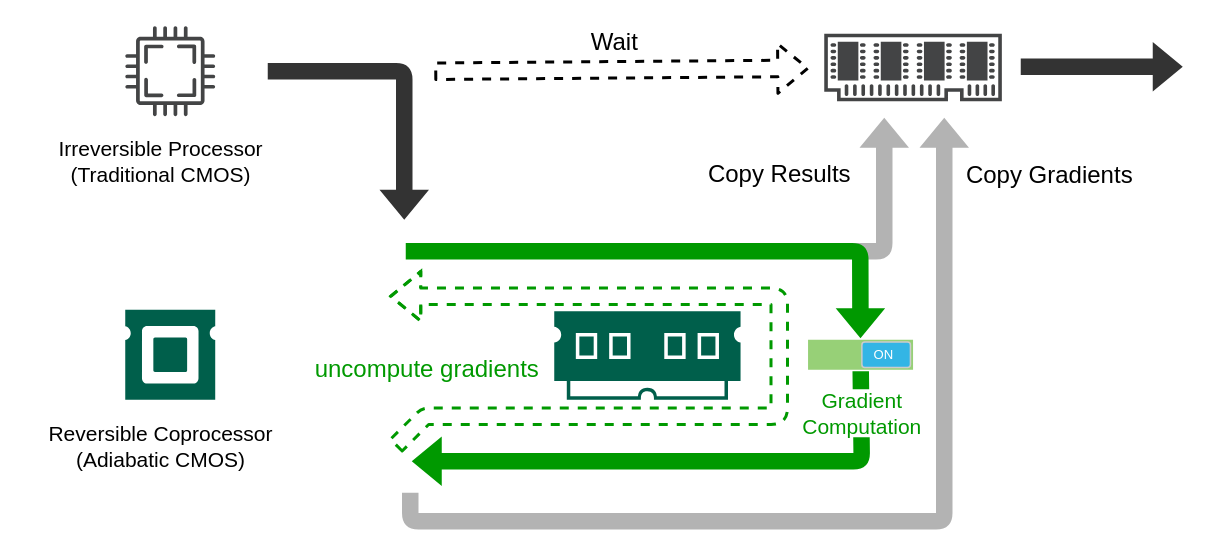
Earlier version of the draw.io diagram hardware.drawio (GiggleLiu/nilangpaper). Source tidied: cells renumbered, new cells numbered last; positions are measured from the earlier drawing's top-left corner, leaving out a move shared by most shapes. Both pictures are drawn from the tidied source at 150%, with x=0, y=0 at pixel (26, 26).
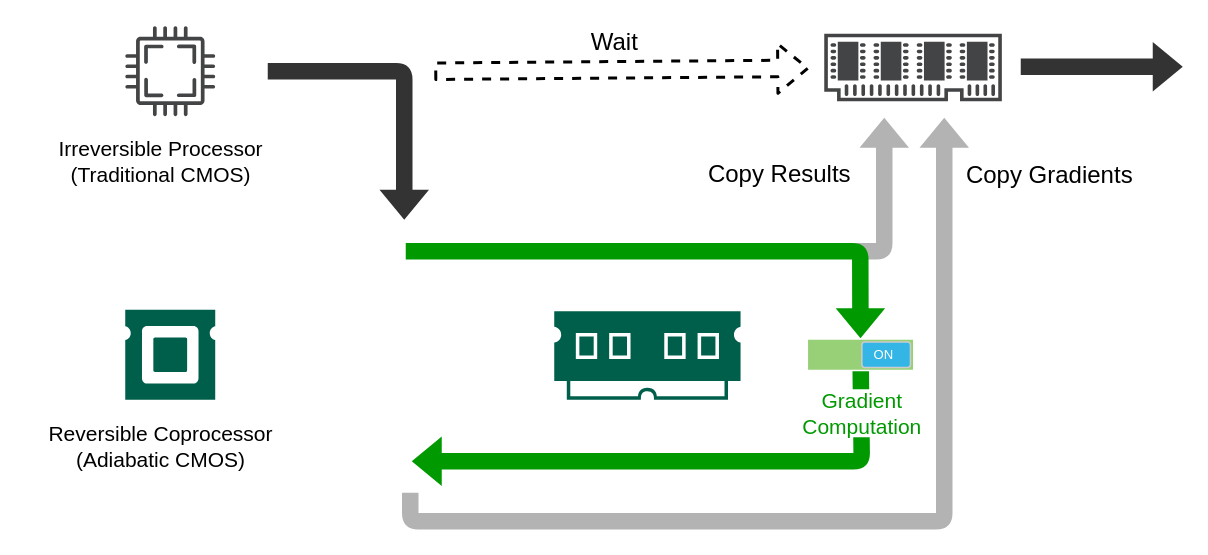
The same diagram, later.

Change to the diagram source:
```diff
@@
-    <mxCell id="14" style="shape=flexArrow;endArrow=classic;html=1;strokeColor=#009900;strokeWidth=2;fontSize=16;fillColor=none;dashed=1;" parent="1" edge="1">
-      <mxGeometry x="0.82" y="-80" relative="1" as="geometry">
-        <mxPoint x="246" y="280" as="sourcePoint" />
-        <mxPoint x="242" y="180" as="targetPoint" />
-        <Array as="points">
-          <mxPoint x="266" y="260" />
-          <mxPoint x="502" y="260" />
-          <mxPoint x="502" y="180" />
-        </Array>
-      </mxGeometry>
-    </mxCell>
-    <mxCell id="15" value="uncompute gradients" style="text;html=1;align=center;verticalAlign=middle;labelBackgroundColor=#ffffff;fontSize=16;fontColor=#009900;" parent="14" vertex="1">
-      <mxGeometry x="0.02" y="-2" relative="1" as="geometry">
-        <mxPoint x="-238" y="11" as="offset" />
-      </mxGeometry>
-    </mxCell>
```
